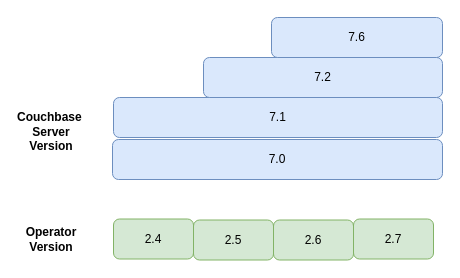
Above: docs/dev/drawio-charts/cb-server-compat.drawio in couchbase/couchbase-operator (draw.io), before the change. Source tidied: cells renumbered, new cells numbered last; positions are measured from the earlier drawing's top-left corner, leaving out a move shared by most shapes. Both pictures are drawn from the tidied source at 100%, with x=0, y=0 at pixel (31, 17).
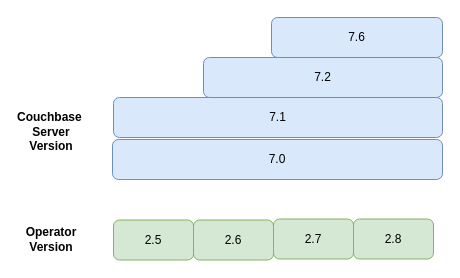
The same page after the edit.

Diff of the diagram source:
```diff
@@
 <mxGraphModel>
   <root>
     <mxCell id="0" />
     <mxCell id="1" parent="0" />
-    <mxCell id="2" value="2.4" style="rounded=1;whiteSpace=wrap;html=1;fillColor=#d5e8d4;strokeColor=#82b366;" parent="1" vertex="1">
-      <mxGeometry x="82" y="201.5" width="80" height="40" as="geometry" />
-    </mxCell>
     <mxCell id="3" value="&lt;div&gt;&lt;br&gt;&lt;/div&gt;&lt;div&gt;&lt;b&gt;Couchbase&amp;nbsp;&lt;/b&gt;&lt;/div&gt;&lt;div&gt;&lt;b&gt;Server&lt;/b&gt;&lt;/div&gt;&lt;div&gt;&lt;b&gt;Version&lt;br&gt;&lt;/b&gt;&lt;/div&gt;" style="text;html=1;strokeColor=none;fillColor=none;align=center;verticalAlign=middle;whiteSpace=wrap;rounded=0;rotation=0;" parent="1" vertex="1">
       <mxGeometry y="97" width="40" height="20" as="geometry" />
     </mxCell>
     <mxCell id="4" value="&lt;div&gt;&lt;b&gt;Operator&lt;/b&gt;&lt;/div&gt;&lt;div&gt;&lt;b&gt;Version&lt;/b&gt;&lt;/div&gt;" style="text;html=1;strokeColor=none;fillColor=none;align=center;verticalAlign=middle;whiteSpace=wrap;rounded=0;rotation=0;" parent="1" vertex="1">
       <mxGeometry y="212" width="40" height="20" as="geometry" />
     </mxCell>
     <mxCell id="5" value="7.0" style="rounded=1;whiteSpace=wrap;html=1;fillColor=#dae8fc;strokeColor=#6c8ebf;" parent="1" vertex="1">
       <mxGeometry x="81" y="122" width="330" height="40" as="geometry" />
     </mxCell>
     <mxCell id="6" value="7.1" style="rounded=1;whiteSpace=wrap;html=1;fillColor=#dae8fc;strokeColor=#6c8ebf;" parent="1" vertex="1">
       <mxGeometry x="82" y="80" width="329" height="40" as="geometry" />
     </mxCell>
     <mxCell id="7" value="7.2" style="rounded=1;whiteSpace=wrap;html=1;fillColor=#dae8fc;strokeColor=#6c8ebf;" parent="1" vertex="1">
       <mxGeometry x="172" y="40" width="239" height="40" as="geometry" />
     </mxCell>
     <mxCell id="8" value="2.5" style="rounded=1;whiteSpace=wrap;html=1;fillColor=#d5e8d4;strokeColor=#82b366;" parent="1" vertex="1">
-      <mxGeometry x="162" y="202.5" width="80" height="40" as="geometry" />
+      <mxGeometry x="82" y="202.5" width="80" height="40" as="geometry" />
     </mxCell>
     <mxCell id="9" value="2.6" style="rounded=1;whiteSpace=wrap;html=1;fillColor=#d5e8d4;strokeColor=#82b366;" parent="1" vertex="1">
-      <mxGeometry x="242" y="202.5" width="80" height="40" as="geometry" />
+      <mxGeometry x="162" y="202.5" width="80" height="40" as="geometry" />
     </mxCell>
     <mxCell id="10" value="2.7" style="rounded=1;whiteSpace=wrap;html=1;fillColor=#d5e8d4;strokeColor=#82b366;" parent="1" vertex="1">
-      <mxGeometry x="322" y="201.5" width="80" height="40" as="geometry" />
+      <mxGeometry x="242" y="201.5" width="80" height="40" as="geometry" />
     </mxCell>
     <mxCell id="11" value="7.6" style="rounded=1;whiteSpace=wrap;html=1;fillColor=#dae8fc;strokeColor=#6c8ebf;" parent="1" vertex="1">
       <mxGeometry x="240" width="171" height="40" as="geometry" />
     </mxCell>
+    <mxCell id="12" value="2.8" style="rounded=1;whiteSpace=wrap;html=1;fillColor=#d5e8d4;strokeColor=#82b366;" parent="1" vertex="1">
+      <mxGeometry x="322" y="201.5" width="80" height="40" as="geometry" />
+    </mxCell>
   </root>
 </mxGraphModel>
```
